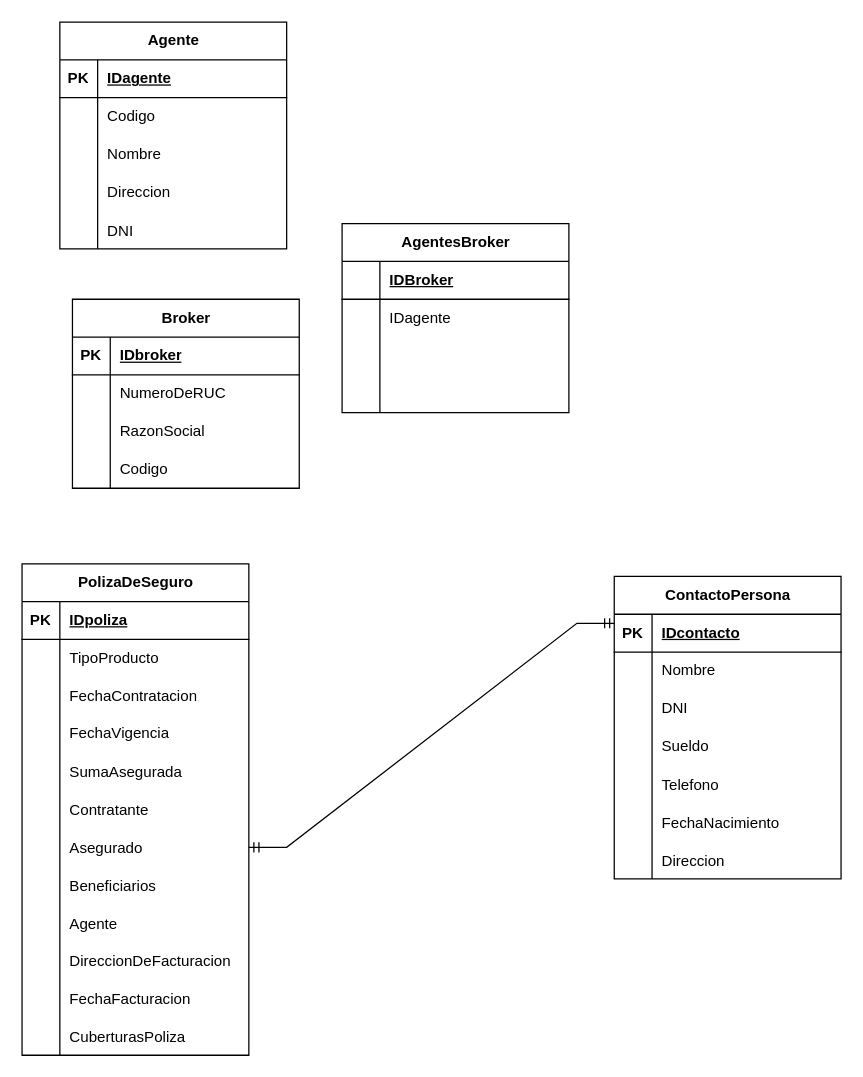
This is SolucuionarioModelado.drawio from Code0008/SQL_SERVER_REPO, a draw.io file, before an edit. Source tidied: cells renumbered, new cells numbered last; positions are measured from the earlier drawing's top-left corner, leaving out a move shared by most shapes. Both pictures are drawn from the tidied source at 126%, with x=0, y=0 at pixel (21, 21).
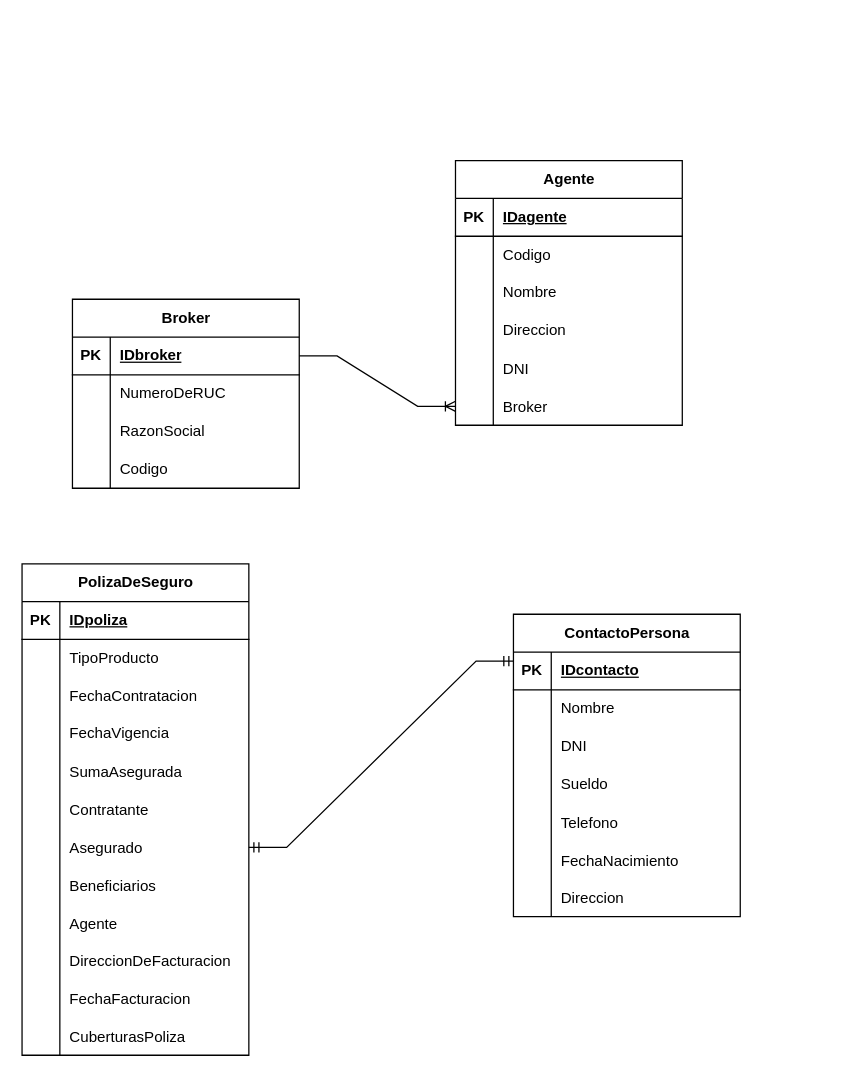
The same page after the edit.

Unchanged cells that the change refers to:
```xml
<mxCell id="19" style="shape=tableRow;horizontal=0;startSize=0;swimlaneHead=0;swimlaneBody=0;fillColor=none;points=[[0,0.5],[1,0.5]];portConstraint=eastwest;top=0;left=0;right=0;bottom=1;" parent="18" vertex="1">
  <mxGeometry y="30" width="180" height="30" as="geometry" />
</mxCell>
```

Change to the diagram source:
```diff
@@
     <mxCell id="2" value="Agente" style="shape=table;startSize=30;childLayout=tableLayout;rowLines=0;fontStyle=1;align=center;html=1;" parent="1" vertex="1">
-      <mxGeometry x="30" width="180" height="180" as="geometry" />
+      <mxGeometry x="344" y="110" width="180" height="210" as="geometry" />
     </mxCell>
@@
+    <mxCell id="104" style="shape=tableRow;horizontal=0;startSize=0;swimlaneHead=0;swimlaneBody=0;fillColor=none;points=[[0,0.5],[1,0.5]];portConstraint=eastwest;top=0;left=0;right=0;bottom=0;" parent="2" vertex="1">
+      <mxGeometry y="180" width="180" height="30" as="geometry" />
+    </mxCell>
+    <mxCell id="105" style="shape=partialRectangle;fillColor=none;top=0;left=0;bottom=0;right=0;overflow=hidden;" parent="104" vertex="1">
+      <mxGeometry width="30" height="30" as="geometry" />
+    </mxCell>
+    <mxCell id="106" value="Broker" style="shape=partialRectangle;fillColor=none;top=0;left=0;bottom=0;right=0;align=left;spacingLeft=6;overflow=hidden;" parent="104" vertex="1">
+      <mxGeometry x="30" width="150" height="30" as="geometry" />
+    </mxCell>
@@
-    <mxCell id="31" value="AgentesBroker" style="shape=table;startSize=30;childLayout=tableLayout;rowLines=0;fontStyle=1;align=center;html=1;" parent="1" vertex="1">
-      <mxGeometry x="254" y="160" width="180" height="150" as="geometry" />
-    </mxCell>
-    <mxCell id="32" style="shape=tableRow;horizontal=0;startSize=0;swimlaneHead=0;swimlaneBody=0;fillColor=none;top=0;left=0;right=0;bottom=1;" parent="31" vertex="1">
-      <mxGeometry y="30" width="180" height="30" as="geometry" />
-    </mxCell>
-    <mxCell id="33" style="shape=partialRectangle;fillColor=none;top=0;left=0;bottom=0;right=0;fontStyle=1;overflow=hidden;whiteSpace=wrap;html=1;" parent="32" vertex="1">
-      <mxGeometry width="30" height="30" as="geometry" />
-    </mxCell>
-    <mxCell id="34" value="IDBroker" style="shape=partialRectangle;fillColor=none;top=0;left=0;bottom=0;right=0;align=left;spacingLeft=6;fontStyle=5;overflow=hidden;whiteSpace=wrap;html=1;" parent="32" vertex="1">
-      <mxGeometry x="30" width="150" height="30" as="geometry" />
-    </mxCell>
-    <mxCell id="35" style="shape=tableRow;horizontal=0;startSize=0;swimlaneHead=0;swimlaneBody=0;fillColor=none;top=0;left=0;right=0;bottom=0;" parent="31" vertex="1">
-      <mxGeometry y="60" width="180" height="30" as="geometry" />
-    </mxCell>
-    <mxCell id="36" style="shape=partialRectangle;fillColor=none;top=0;left=0;bottom=0;right=0;overflow=hidden;whiteSpace=wrap;html=1;" parent="35" vertex="1">
-      <mxGeometry width="30" height="30" as="geometry" />
-    </mxCell>
-    <mxCell id="37" value="IDagente" style="shape=partialRectangle;fillColor=none;top=0;left=0;bottom=0;right=0;align=left;spacingLeft=6;overflow=hidden;whiteSpace=wrap;html=1;" parent="35" vertex="1">
-      <mxGeometry x="30" width="150" height="30" as="geometry" />
-    </mxCell>
-    <mxCell id="38" style="shape=tableRow;horizontal=0;startSize=0;swimlaneHead=0;swimlaneBody=0;fillColor=none;top=0;left=0;right=0;bottom=0;" parent="31" vertex="1">
-      <mxGeometry y="90" width="180" height="30" as="geometry" />
-    </mxCell>
-    <mxCell id="39" style="shape=partialRectangle;fillColor=none;top=0;left=0;bottom=0;right=0;overflow=hidden;whiteSpace=wrap;html=1;" parent="38" vertex="1">
-      <mxGeometry width="30" height="30" as="geometry" />
-    </mxCell>
-    <mxCell id="40" style="shape=partialRectangle;fillColor=none;top=0;left=0;bottom=0;right=0;align=left;spacingLeft=6;overflow=hidden;whiteSpace=wrap;html=1;" parent="38" vertex="1">
-      <mxGeometry x="30" width="150" height="30" as="geometry" />
-    </mxCell>
-    <mxCell id="41" style="shape=tableRow;horizontal=0;startSize=0;swimlaneHead=0;swimlaneBody=0;fillColor=none;top=0;left=0;right=0;bottom=0;" parent="31" vertex="1">
-      <mxGeometry y="120" width="180" height="30" as="geometry" />
-    </mxCell>
-    <mxCell id="42" style="shape=partialRectangle;fillColor=none;top=0;left=0;bottom=0;right=0;overflow=hidden;whiteSpace=wrap;html=1;" parent="41" vertex="1">
-      <mxGeometry width="30" height="30" as="geometry" />
-    </mxCell>
-    <mxCell id="43" style="shape=partialRectangle;fillColor=none;top=0;left=0;bottom=0;right=0;align=left;spacingLeft=6;overflow=hidden;whiteSpace=wrap;html=1;" parent="41" vertex="1">
-      <mxGeometry x="30" width="150" height="30" as="geometry" />
-    </mxCell>
     <mxCell id="44" value="ContactoPersona" style="shape=table;startSize=30;childLayout=tableLayout;rowLines=0;fontStyle=1;align=center;html=1;" parent="1" vertex="1">
-      <mxGeometry x="470" y="440" width="180" height="240" as="geometry" />
+      <mxGeometry x="390" y="470" width="180" height="240" as="geometry" />
     </mxCell>
@@
+    <mxCell id="107" style="edgeStyle=entityRelationEdgeStyle;fontSize=12;html=1;endArrow=ERoneToMany;rounded=0;exitX=1;exitY=0.5;exitDx=0;exitDy=0;entryX=0;entryY=0.5;entryDx=0;entryDy=0;" parent="1" edge="1" source="19" target="104">
+      <mxGeometry relative="1" as="geometry" />
+    </mxCell>
```
